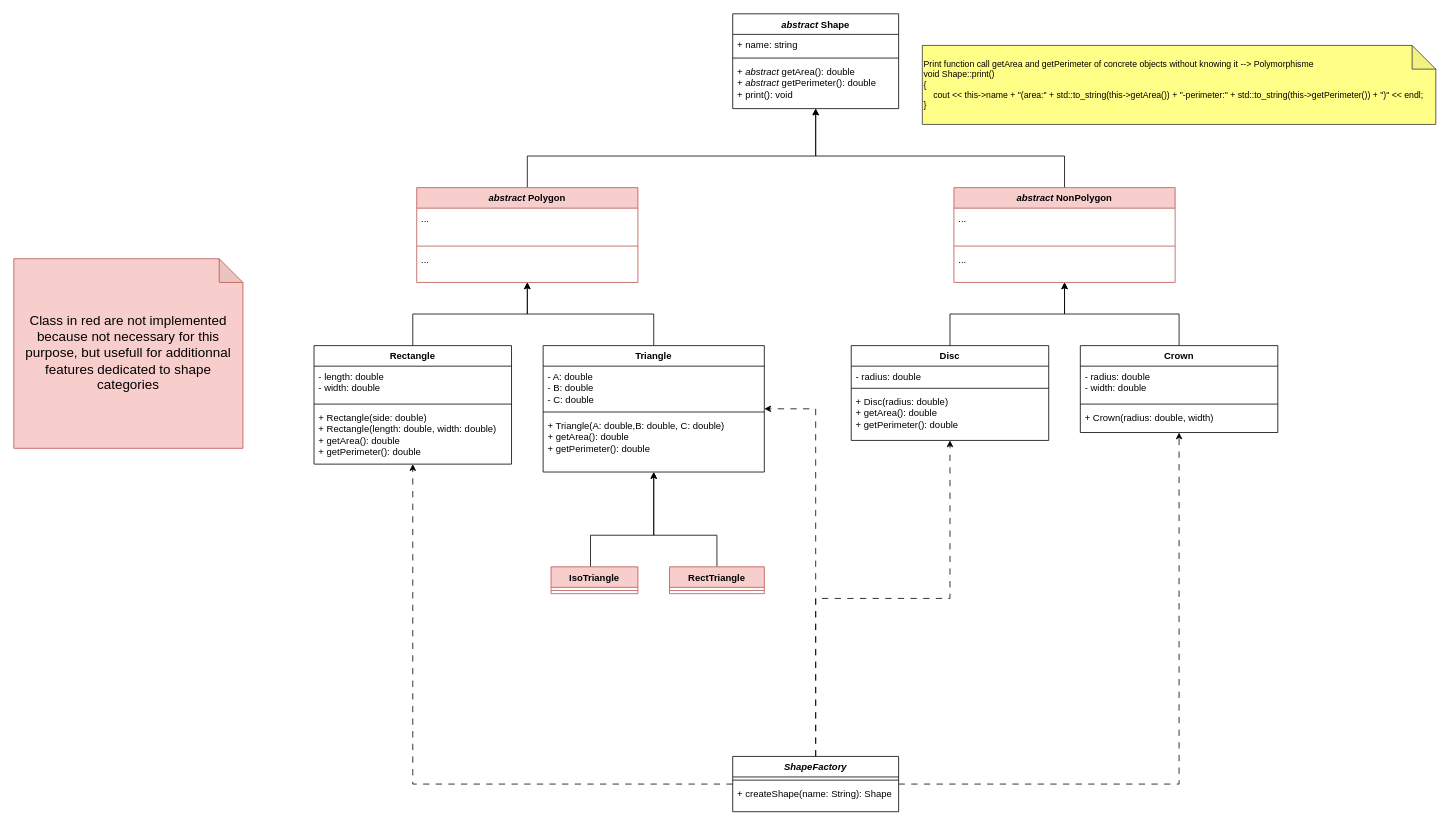
The draw.io diagram geocalculator.drawio in rozandq/GeoCalculator, before the edit. Source tidied: cells renumbered, new cells numbered last; positions are measured from the earlier drawing's top-left corner, leaving out a move shared by most shapes. Both pictures are drawn from the tidied source at 79%, with x=0, y=0 at pixel (13, 13).
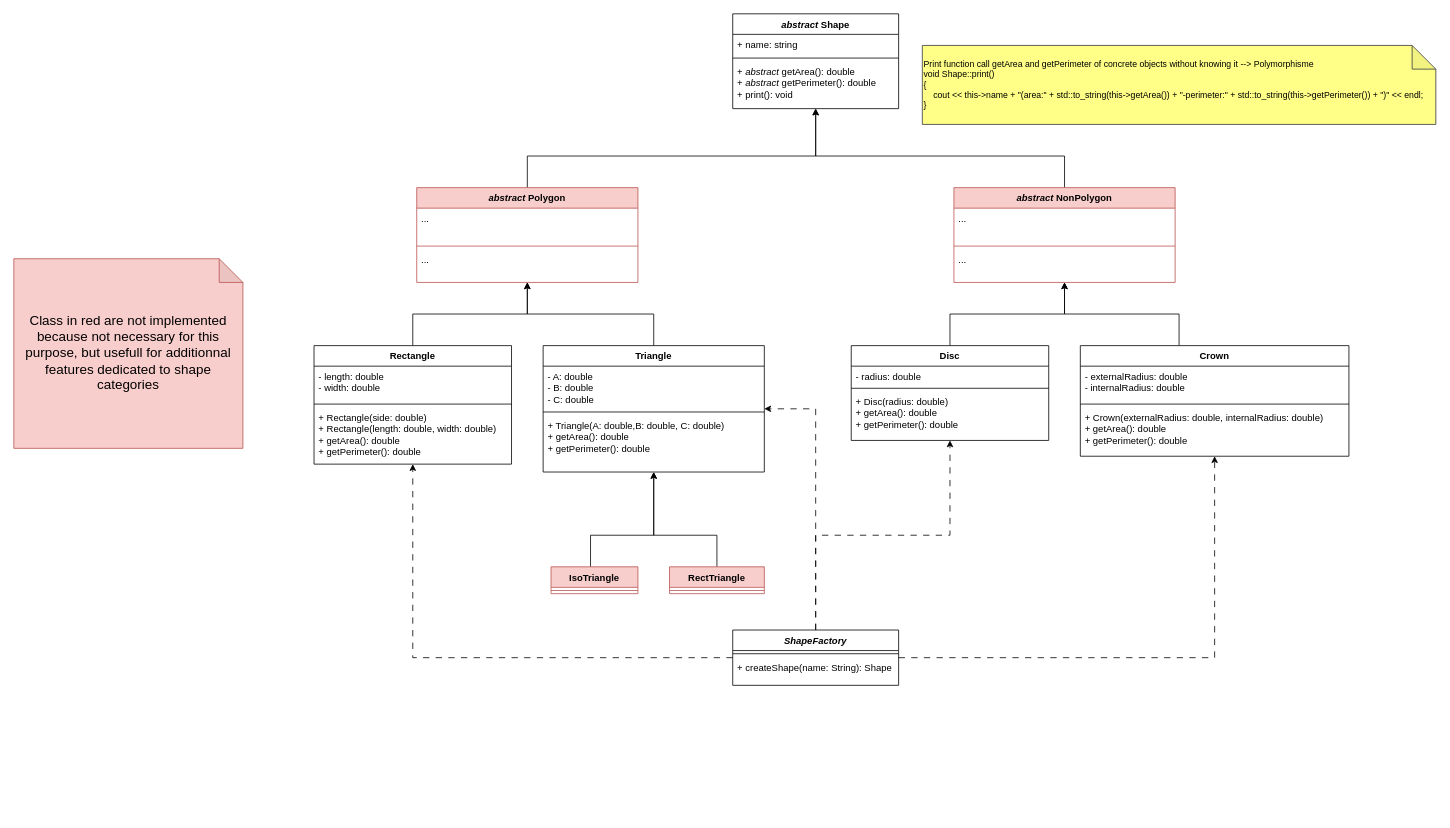
After the change.

Commit message:
Mettre à jour geocalculator.drawio

What changed in the source:
```diff
@@
     <mxCell id="27" value="Crown" style="swimlane;fontStyle=1;align=center;verticalAlign=top;horizontal=1;startSize=26;whiteSpace=wrap;html=1;" parent="1" vertex="1">
-      <mxGeometry x="1350" y="420" width="250" height="110" as="geometry" />
+      <mxGeometry x="1350" y="420" width="340" height="140" as="geometry" />
     </mxCell>
-    <mxCell id="28" value="- radius: double&lt;br style=&quot;border-color: var(--border-color);&quot;&gt;- width: double" style="text;strokeColor=none;fillColor=none;align=left;verticalAlign=top;spacingLeft=4;spacingRight=4;overflow=hidden;whiteSpace=wrap;html=1;" parent="27" vertex="1">
-      <mxGeometry y="26" width="250" height="44" as="geometry" />
+    <mxCell id="28" value="- externalRadius: double&lt;br style=&quot;border-color: var(--border-color);&quot;&gt;- internalRadius: double" style="text;strokeColor=none;fillColor=none;align=left;verticalAlign=top;spacingLeft=4;spacingRight=4;overflow=hidden;whiteSpace=wrap;html=1;" parent="27" vertex="1">
+      <mxGeometry y="26" width="340" height="44" as="geometry" />
     </mxCell>
     <mxCell id="29" style="line;strokeWidth=1;fillColor=none;align=left;verticalAlign=middle;spacingTop=-1;spacingLeft=3;spacingRight=3;labelPosition=right;strokeColor=inherit;" parent="27" vertex="1">
-      <mxGeometry y="70" width="250" height="8" as="geometry" />
+      <mxGeometry y="70" width="340" height="8" as="geometry" />
     </mxCell>
-    <mxCell id="30" value="+ Crown(radius: double, width)" style="text;strokeColor=none;fillColor=none;align=left;verticalAlign=top;spacingLeft=4;spacingRight=4;overflow=hidden;whiteSpace=wrap;html=1;" parent="27" vertex="1">
-      <mxGeometry y="78" width="250" height="32" as="geometry" />
+    <mxCell id="30" value="+ Crown(externalRadius: double, internalRadius: double)&lt;br&gt;+&amp;nbsp;getArea(): double&lt;br style=&quot;border-color: var(--border-color);&quot;&gt;+&amp;nbsp;getPerimeter(): double" style="text;strokeColor=none;fillColor=none;align=left;verticalAlign=top;spacingLeft=4;spacingRight=4;overflow=hidden;whiteSpace=wrap;html=1;" parent="27" vertex="1">
+      <mxGeometry y="78" width="340" height="62" as="geometry" />
     </mxCell>
@@
     <mxCell id="46" value="&lt;i&gt;ShapeFactory&lt;/i&gt;" style="swimlane;fontStyle=1;align=center;verticalAlign=top;horizontal=1;startSize=26;whiteSpace=wrap;html=1;" parent="1" vertex="1">
-      <mxGeometry x="910" y="940" width="210" height="70" as="geometry" />
+      <mxGeometry x="910" y="780" width="210" height="70" as="geometry" />
     </mxCell>
```
